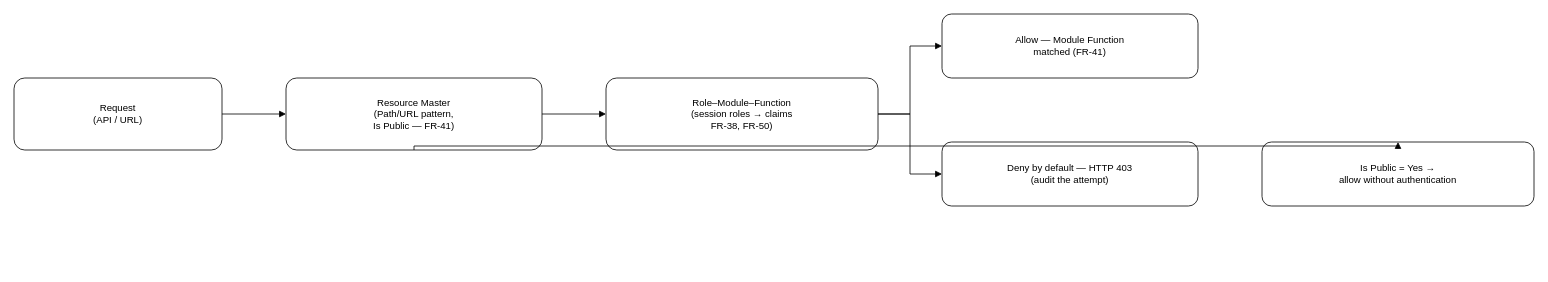
The draw.io diagram Finalized BRD/User Management/ProcessDiagrams/User_Management/S-03_Runtime_Enforcement.drawio in mvprash/Kaveri3Plan, before the edit. Source tidied: cells renumbered, new cells numbered last; positions are measured from the earlier drawing's top-left corner, leaving out a move shared by most shapes. Both pictures are drawn from the tidied source at 80%, with x=0, y=0 at pixel (14, 14).
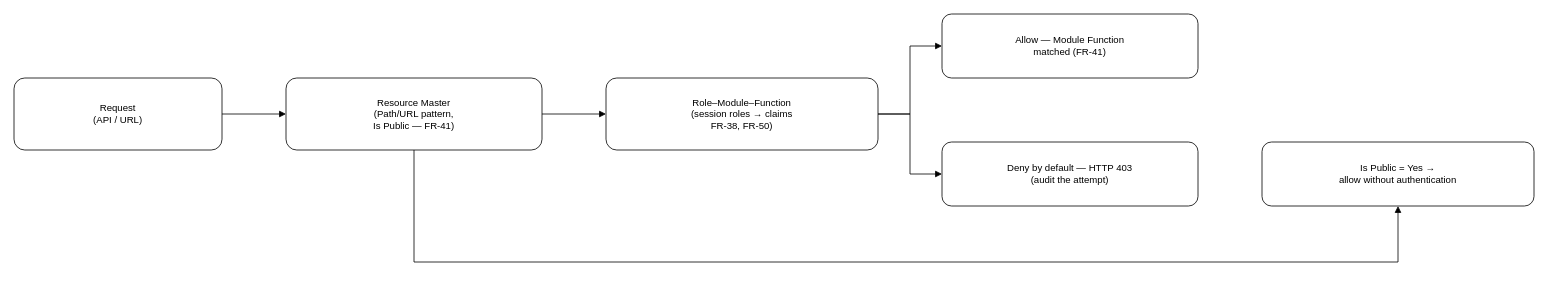
The same diagram, later.

The change refers to these unchanged cells:
```xml
<mxCell id="7" value="Is Public = Yes →&#10;allow without authentication" style="rounded=1;whiteSpace=wrap;html=1;" parent="1" vertex="1">
  <mxGeometry x="1560" y="160" width="340" height="80" as="geometry" />
</mxCell>
```

Diff of the diagram source:
```diff
@@
-    <mxCell id="12" style="edgeStyle=orthogonalEdgeStyle;rounded=0;html=1;endArrow=block;" parent="1" edge="1">
+    <mxCell id="12" style="edgeStyle=orthogonalEdgeStyle;rounded=0;html=1;endArrow=block;entryX=0.5;entryY=1;entryDx=0;entryDy=0;" parent="1" edge="1" target="7">
       <mxGeometry relative="1" as="geometry">
         <mxPoint x="500" y="170" as="sourcePoint" />
-        <mxPoint x="1730" y="160" as="targetPoint" />
         <Array as="points">
-          <mxPoint x="500" y="165" />
-          <mxPoint x="1730" y="165" />
+          <mxPoint x="500" y="310" />
+          <mxPoint x="1730" y="310" />
         </Array>
       </mxGeometry>
     </mxCell>
```
